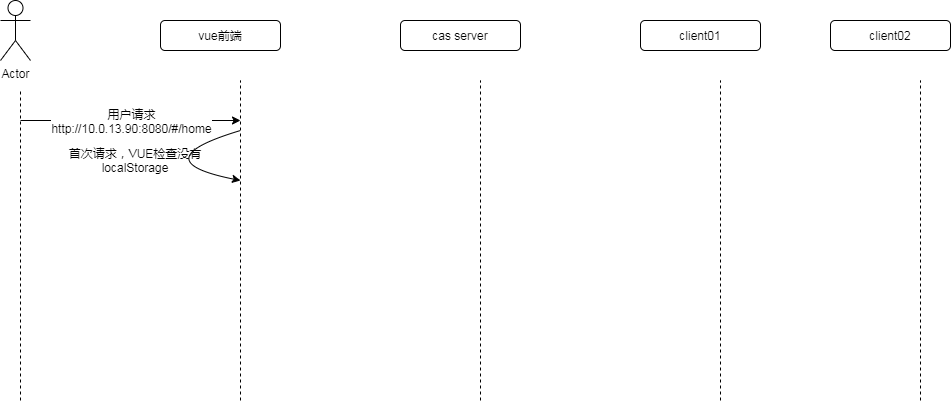
The draw.io diagram BPM CAS流程图.png in daofuzhang/demo, before a commit. Source tidied: cells renumbered, new cells last; positions are measured from the earlier drawing's top-left corner, leaving out a move shared by most shapes.
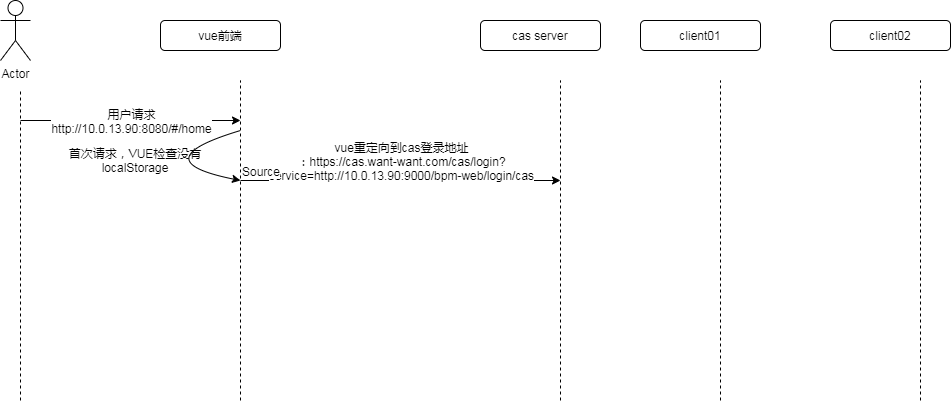
After the change.

What changed in the source:
```diff
@@ -9,7 +9,7 @@
       <mxGeometry x="160" y="20" width="120" height="30" as="geometry" />
     </mxCell>
     <mxCell id="4" value="cas server" style="rounded=1;whiteSpace=wrap;html=1;" parent="1" vertex="1">
-      <mxGeometry x="400" y="20" width="120" height="30" as="geometry" />
+      <mxGeometry x="480" y="20" width="120" height="30" as="geometry" />
     </mxCell>
     <mxCell id="5" value="client01" style="rounded=1;whiteSpace=wrap;html=1;" parent="1" vertex="1">
       <mxGeometry x="640" y="20" width="120" height="30" as="geometry" />
@@ -31,8 +31,8 @@
     </mxCell>
     <mxCell id="9" style="endArrow=none;dashed=1;html=1;" parent="1" edge="1">
       <mxGeometry relative="1" as="geometry">
-        <mxPoint x="480" y="400" as="sourcePoint" />
-        <mxPoint x="480" y="80" as="targetPoint" />
+        <mxPoint x="560" y="400" as="sourcePoint" />
+        <mxPoint x="560" y="80" as="targetPoint" />
       </mxGeometry>
     </mxCell>
     <mxCell id="10" style="endArrow=none;dashed=1;html=1;" parent="1" edge="1">
@@ -68,5 +68,19 @@
     <mxCell id="15" value="首次请求，VUE检查没有localStorage" style="text;html=1;strokeColor=none;fillColor=none;align=center;verticalAlign=middle;whiteSpace=wrap;rounded=0;" parent="1" vertex="1">
       <mxGeometry x="40" y="150" width="190" height="20" as="geometry" />
     </mxCell>
+    <mxCell id="16" style="endArrow=classic;html=1;" parent="1" edge="1">
+      <mxGeometry relative="1" as="geometry">
+        <mxPoint x="240" y="180" as="sourcePoint" />
+        <mxPoint x="560" y="180" as="targetPoint" />
+      </mxGeometry>
+    </mxCell>
+    <mxCell id="17" value="vue重定向到cas登录地址&lt;br&gt;：https://cas.want-want.com/cas/login?&lt;br&gt;service=http://10.0.13.90:9000/bpm-web/login/cas" style="edgeLabel;html=1;align=center;verticalAlign=middle;" parent="16" vertex="1">
+      <mxGeometry relative="1" as="geometry">
+        <mxPoint y="-20" as="offset" />
+      </mxGeometry>
+    </mxCell>
+    <mxCell id="18" value="Source" style="edgeLabel;html=1;align=left;verticalAlign=bottom;" parent="16" vertex="1">
+      <mxGeometry x="-1" relative="1" as="geometry" />
+    </mxCell>
   </root>
 </mxGraphModel>
```
